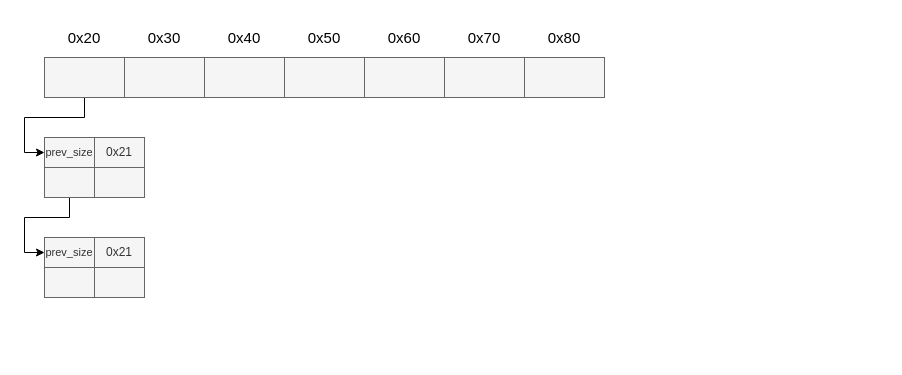
Earlier version of the draw.io diagram CTF_pic/fastbin.drawio (kokifish/pictures). Source tidied: cells renumbered, new cells numbered last; positions are measured from the earlier drawing's top-left corner, leaving out a move shared by most shapes. Both pictures are drawn from the tidied source at 100%, with x=0, y=0 at pixel (44, 27).
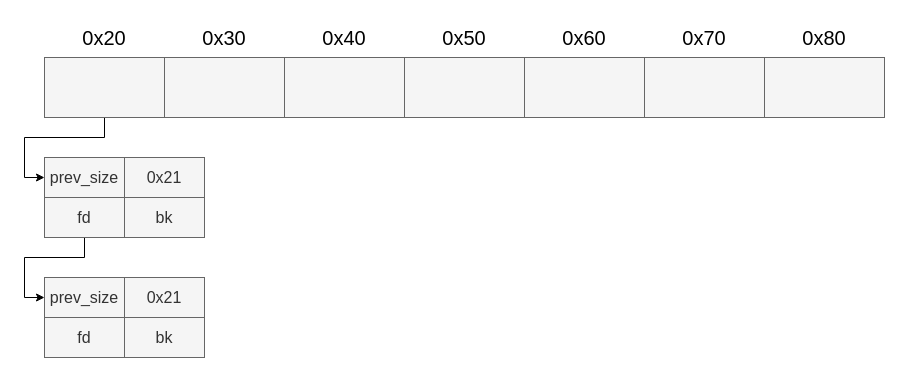
After the change.

Diff of the diagram source:
```diff
@@
-    <mxCell id="2" style="edgeStyle=orthogonalEdgeStyle;rounded=0;jettySize=auto;html=1;exitX=0.5;exitY=1;exitDx=0;exitDy=0;entryX=0;entryY=0.5;entryDx=0;entryDy=0;" parent="1" edge="1" source="3" target="17">
+    <mxCell id="2" style="edgeStyle=orthogonalEdgeStyle;rounded=0;jettySize=auto;html=1;exitX=0.5;exitY=1;exitDx=0;exitDy=0;entryX=0;entryY=0.5;entryDx=0;entryDy=0;fontSize=16;" parent="1" edge="1" source="3" target="17">
       <mxGeometry relative="1" as="geometry" />
     </mxCell>
-    <mxCell id="3" style="rounded=0;whiteSpace=wrap;html=1;strokeColor=#666666;fontColor=#333333;fillColor=#f5f5f5;" parent="1" vertex="1">
-      <mxGeometry y="30" width="80" height="40" as="geometry" />
+    <mxCell id="3" style="rounded=0;whiteSpace=wrap;html=1;strokeColor=#666666;fontColor=#333333;fillColor=#f5f5f5;fontSize=16;" parent="1" vertex="1">
+      <mxGeometry y="30" width="120" height="60" as="geometry" />
     </mxCell>
-    <mxCell id="4" style="rounded=0;whiteSpace=wrap;html=1;strokeColor=#666666;fontColor=#333333;fillColor=#f5f5f5;" parent="1" vertex="1">
-      <mxGeometry x="480" y="30" width="80" height="40" as="geometry" />
-    </mxCell>
-    <mxCell id="5" style="rounded=0;whiteSpace=wrap;html=1;strokeColor=#666666;fontColor=#333333;fillColor=#f5f5f5;" parent="1" vertex="1">
-      <mxGeometry x="400" y="30" width="80" height="40" as="geometry" />
-    </mxCell>
-    <mxCell id="6" style="rounded=0;whiteSpace=wrap;html=1;strokeColor=#666666;fontColor=#333333;fillColor=#f5f5f5;" parent="1" vertex="1">
-      <mxGeometry x="320" y="30" width="80" height="40" as="geometry" />
-    </mxCell>
-    <mxCell id="7" style="rounded=0;whiteSpace=wrap;html=1;strokeColor=#666666;fontColor=#333333;fillColor=#f5f5f5;" parent="1" vertex="1">
-      <mxGeometry x="240" y="30" width="80" height="40" as="geometry" />
-    </mxCell>
-    <mxCell id="8" style="rounded=0;whiteSpace=wrap;html=1;strokeColor=#666666;fontColor=#333333;fillColor=#f5f5f5;" parent="1" vertex="1">
-      <mxGeometry x="160" y="30" width="80" height="40" as="geometry" />
-    </mxCell>
-    <mxCell id="9" style="rounded=0;whiteSpace=wrap;html=1;strokeColor=#666666;fontColor=#333333;fillColor=#f5f5f5;" parent="1" vertex="1">
-      <mxGeometry x="80" y="30" width="80" height="40" as="geometry" />
-    </mxCell>
-    <mxCell id="10" value="&lt;font style=&quot;font-size: 15px&quot;&gt;0x20&lt;/font&gt;" style="text;html=1;strokeColor=none;fillColor=none;align=center;verticalAlign=middle;whiteSpace=wrap;rounded=0;" parent="1" vertex="1">
-      <mxGeometry x="20" width="40" height="20" as="geometry" />
+    <mxCell id="10" value="&lt;font style=&quot;font-size: 20px&quot;&gt;0x20&lt;/font&gt;" style="text;html=1;strokeColor=none;fillColor=none;align=center;verticalAlign=middle;whiteSpace=wrap;rounded=0;fontSize=16;" parent="1" vertex="1">
+      <mxGeometry y="-10" width="120" height="40" as="geometry" />
     </mxCell>
+    <mxCell id="17" value="&lt;font style=&quot;font-size: 16px;&quot;&gt;prev_size&lt;/font&gt;" style="rounded=0;whiteSpace=wrap;html=1;fillColor=#f5f5f5;strokeColor=#666666;fontColor=#333333;fontSize=16;" parent="1" vertex="1">
+      <mxGeometry y="130" width="80" height="40" as="geometry" />
+    </mxCell>
+    <mxCell id="19" value="&lt;font style=&quot;font-size: 16px;&quot;&gt;0x21&lt;/font&gt;" style="rounded=0;whiteSpace=wrap;html=1;fillColor=#f5f5f5;strokeColor=#666666;fontColor=#333333;fontSize=16;" parent="1" vertex="1">
+      <mxGeometry x="80" y="130" width="80" height="40" as="geometry" />
+    </mxCell>
+    <mxCell id="26" style="edgeStyle=orthogonalEdgeStyle;rounded=0;jettySize=auto;html=1;exitX=0.5;exitY=1;exitDx=0;exitDy=0;entryX=0;entryY=0.5;entryDx=0;entryDy=0;fontSize=16;" parent="1" edge="1" source="27" target="22">
+      <mxGeometry relative="1" as="geometry" />
+    </mxCell>
+    <mxCell id="27" value="fd" style="rounded=0;whiteSpace=wrap;html=1;fillColor=#f5f5f5;strokeColor=#666666;fontColor=#333333;fontSize=16;" parent="1" vertex="1">
+      <mxGeometry y="170" width="80" height="40" as="geometry" />
+    </mxCell>
+    <mxCell id="28" value="bk" style="rounded=0;whiteSpace=wrap;html=1;fillColor=#f5f5f5;strokeColor=#666666;fontColor=#333333;fontSize=16;" parent="1" vertex="1">
+      <mxGeometry x="80" y="170" width="80" height="40" as="geometry" />
+    </mxCell>
+    <mxCell id="22" value="&lt;font style=&quot;font-size: 16px;&quot;&gt;prev_size&lt;/font&gt;" style="rounded=0;whiteSpace=wrap;html=1;fillColor=#f5f5f5;strokeColor=#666666;fontColor=#333333;fontSize=16;" parent="1" vertex="1">
+      <mxGeometry y="250" width="80" height="40" as="geometry" />
+    </mxCell>
+    <mxCell id="29" value="&lt;font style=&quot;font-size: 16px;&quot;&gt;0x21&lt;/font&gt;" style="rounded=0;whiteSpace=wrap;html=1;fillColor=#f5f5f5;strokeColor=#666666;fontColor=#333333;fontSize=16;" parent="1" vertex="1">
+      <mxGeometry x="80" y="250" width="80" height="40" as="geometry" />
+    </mxCell>
+    <mxCell id="30" value="fd" style="rounded=0;whiteSpace=wrap;html=1;fillColor=#f5f5f5;strokeColor=#666666;fontColor=#333333;fontSize=16;" parent="1" vertex="1">
+      <mxGeometry y="290" width="80" height="40" as="geometry" />
+    </mxCell>
+    <mxCell id="31" value="bk" style="rounded=0;whiteSpace=wrap;html=1;fillColor=#f5f5f5;strokeColor=#666666;fontColor=#333333;fontSize=16;" parent="1" vertex="1">
+      <mxGeometry x="80" y="290" width="80" height="40" as="geometry" />
+    </mxCell>
+    <mxCell id="32" style="rounded=0;whiteSpace=wrap;html=1;strokeColor=#666666;fontColor=#333333;fillColor=#f5f5f5;fontSize=16;" parent="1" vertex="1">
+      <mxGeometry x="120" y="30" width="120" height="60" as="geometry" />
+    </mxCell>
-    <mxCell id="11" value="&lt;font style=&quot;font-size: 15px&quot;&gt;0x30&lt;/font&gt;" style="text;html=1;strokeColor=none;fillColor=none;align=center;verticalAlign=middle;whiteSpace=wrap;rounded=0;" parent="1" vertex="1">
-      <mxGeometry x="100" width="40" height="20" as="geometry" />
+    <mxCell id="11" value="&lt;font style=&quot;font-size: 20px&quot;&gt;0x30&lt;/font&gt;" style="text;html=1;strokeColor=none;fillColor=none;align=center;verticalAlign=middle;whiteSpace=wrap;rounded=0;fontSize=16;" parent="1" vertex="1">
+      <mxGeometry x="120" y="-10" width="120" height="40" as="geometry" />
     </mxCell>
+    <mxCell id="33" style="rounded=0;whiteSpace=wrap;html=1;strokeColor=#666666;fontColor=#333333;fillColor=#f5f5f5;fontSize=16;" parent="1" vertex="1">
+      <mxGeometry x="240" y="30" width="120" height="60" as="geometry" />
+    </mxCell>
-    <mxCell id="12" value="&lt;font style=&quot;font-size: 15px&quot;&gt;0x40&lt;/font&gt;" style="text;html=1;strokeColor=none;fillColor=none;align=center;verticalAlign=middle;whiteSpace=wrap;rounded=0;" parent="1" vertex="1">
-      <mxGeometry x="180" width="40" height="20" as="geometry" />
+    <mxCell id="12" value="&lt;font style=&quot;font-size: 20px&quot;&gt;0x40&lt;/font&gt;" style="text;html=1;strokeColor=none;fillColor=none;align=center;verticalAlign=middle;whiteSpace=wrap;rounded=0;fontSize=16;" parent="1" vertex="1">
+      <mxGeometry x="240" y="-10" width="120" height="40" as="geometry" />
     </mxCell>
+    <mxCell id="34" style="rounded=0;whiteSpace=wrap;html=1;strokeColor=#666666;fontColor=#333333;fillColor=#f5f5f5;fontSize=16;" parent="1" vertex="1">
+      <mxGeometry x="360" y="30" width="120" height="60" as="geometry" />
+    </mxCell>
-    <mxCell id="13" value="&lt;font style=&quot;font-size: 15px&quot;&gt;0x50&lt;/font&gt;" style="text;html=1;strokeColor=none;fillColor=none;align=center;verticalAlign=middle;whiteSpace=wrap;rounded=0;" parent="1" vertex="1">
-      <mxGeometry x="260" width="40" height="20" as="geometry" />
+    <mxCell id="13" value="&lt;font style=&quot;font-size: 20px&quot;&gt;0x50&lt;/font&gt;" style="text;html=1;strokeColor=none;fillColor=none;align=center;verticalAlign=middle;whiteSpace=wrap;rounded=0;fontSize=16;" parent="1" vertex="1">
+      <mxGeometry x="360" y="-10" width="120" height="40" as="geometry" />
     </mxCell>
+    <mxCell id="35" style="rounded=0;whiteSpace=wrap;html=1;strokeColor=#666666;fontColor=#333333;fillColor=#f5f5f5;fontSize=16;" parent="1" vertex="1">
+      <mxGeometry x="480" y="30" width="120" height="60" as="geometry" />
+    </mxCell>
-    <mxCell id="14" value="&lt;font style=&quot;font-size: 15px&quot;&gt;0x60&lt;/font&gt;" style="text;html=1;strokeColor=none;fillColor=none;align=center;verticalAlign=middle;whiteSpace=wrap;rounded=0;" parent="1" vertex="1">
-      <mxGeometry x="340" width="40" height="20" as="geometry" />
+    <mxCell id="14" value="&lt;font style=&quot;font-size: 20px&quot;&gt;0x60&lt;/font&gt;" style="text;html=1;strokeColor=none;fillColor=none;align=center;verticalAlign=middle;whiteSpace=wrap;rounded=0;fontSize=16;" parent="1" vertex="1">
+      <mxGeometry x="480" y="-10" width="120" height="40" as="geometry" />
     </mxCell>
+    <mxCell id="36" style="rounded=0;whiteSpace=wrap;html=1;strokeColor=#666666;fontColor=#333333;fillColor=#f5f5f5;fontSize=16;" parent="1" vertex="1">
+      <mxGeometry x="600" y="30" width="120" height="60" as="geometry" />
+    </mxCell>
-    <mxCell id="15" value="&lt;font style=&quot;font-size: 15px&quot;&gt;0x70&lt;/font&gt;" style="text;html=1;strokeColor=none;fillColor=none;align=center;verticalAlign=middle;whiteSpace=wrap;rounded=0;" parent="1" vertex="1">
-      <mxGeometry x="420" width="40" height="20" as="geometry" />
+    <mxCell id="15" value="&lt;font style=&quot;font-size: 20px&quot;&gt;0x70&lt;/font&gt;" style="text;html=1;strokeColor=none;fillColor=none;align=center;verticalAlign=middle;whiteSpace=wrap;rounded=0;fontSize=16;" parent="1" vertex="1">
+      <mxGeometry x="600" y="-10" width="120" height="40" as="geometry" />
     </mxCell>
+    <mxCell id="37" style="rounded=0;whiteSpace=wrap;html=1;strokeColor=#666666;fontColor=#333333;fillColor=#f5f5f5;fontSize=16;" parent="1" vertex="1">
+      <mxGeometry x="720" y="30" width="120" height="60" as="geometry" />
+    </mxCell>
-    <mxCell id="16" value="&lt;font style=&quot;font-size: 15px&quot;&gt;0x80&lt;/font&gt;" style="text;html=1;strokeColor=none;fillColor=none;align=center;verticalAlign=middle;whiteSpace=wrap;rounded=0;" parent="1" vertex="1">
-      <mxGeometry x="500" width="40" height="20" as="geometry" />
+    <mxCell id="16" value="&lt;font style=&quot;font-size: 20px&quot;&gt;0x80&lt;/font&gt;" style="text;html=1;strokeColor=none;fillColor=none;align=center;verticalAlign=middle;whiteSpace=wrap;rounded=0;fontSize=16;" parent="1" vertex="1">
+      <mxGeometry x="720" y="-10" width="120" height="40" as="geometry" />
     </mxCell>
-    <mxCell id="17" value="&lt;font style=&quot;font-size: 11px&quot;&gt;prev_size&lt;/font&gt;" style="rounded=0;whiteSpace=wrap;html=1;fillColor=#f5f5f5;strokeColor=#666666;fontColor=#333333;" parent="1" vertex="1">
-      <mxGeometry y="110" width="50" height="30" as="geometry" />
-    </mxCell>
-    <mxCell id="18" value="0x21" style="rounded=0;whiteSpace=wrap;html=1;fillColor=#f5f5f5;strokeColor=#666666;fontColor=#333333;" parent="1" vertex="1">
-      <mxGeometry x="50" y="110" width="50" height="30" as="geometry" />
-    </mxCell>
-    <mxCell id="19" style="edgeStyle=orthogonalEdgeStyle;rounded=0;jettySize=auto;html=1;exitX=0.5;exitY=1;exitDx=0;exitDy=0;entryX=0;entryY=0.5;entryDx=0;entryDy=0;" parent="1" edge="1" source="20" target="22">
-      <mxGeometry relative="1" as="geometry" />
-    </mxCell>
-    <mxCell id="20" style="rounded=0;whiteSpace=wrap;html=1;fillColor=#f5f5f5;strokeColor=#666666;fontColor=#333333;" parent="1" vertex="1">
-      <mxGeometry y="140" width="50" height="30" as="geometry" />
-    </mxCell>
-    <mxCell id="21" style="rounded=0;whiteSpace=wrap;html=1;fillColor=#f5f5f5;strokeColor=#666666;fontColor=#333333;" parent="1" vertex="1">
-      <mxGeometry x="50" y="140" width="50" height="30" as="geometry" />
-    </mxCell>
-    <mxCell id="22" value="&lt;span style=&quot;font-size: 11px&quot;&gt;prev_size&lt;/span&gt;" style="rounded=0;whiteSpace=wrap;html=1;fillColor=#f5f5f5;strokeColor=#666666;fontColor=#333333;" parent="1" vertex="1">
-      <mxGeometry y="210" width="50" height="30" as="geometry" />
-    </mxCell>
-    <mxCell id="23" value="0x21" style="rounded=0;whiteSpace=wrap;html=1;fillColor=#f5f5f5;strokeColor=#666666;fontColor=#333333;" parent="1" vertex="1">
-      <mxGeometry x="50" y="210" width="50" height="30" as="geometry" />
-    </mxCell>
-    <mxCell id="24" style="rounded=0;whiteSpace=wrap;html=1;fillColor=#f5f5f5;strokeColor=#666666;fontColor=#333333;" parent="1" vertex="1">
-      <mxGeometry y="240" width="50" height="30" as="geometry" />
-    </mxCell>
-    <mxCell id="25" style="rounded=0;whiteSpace=wrap;html=1;fillColor=#f5f5f5;strokeColor=#666666;fontColor=#333333;" parent="1" vertex="1">
-      <mxGeometry x="50" y="240" width="50" height="30" as="geometry" />
-    </mxCell>
```
